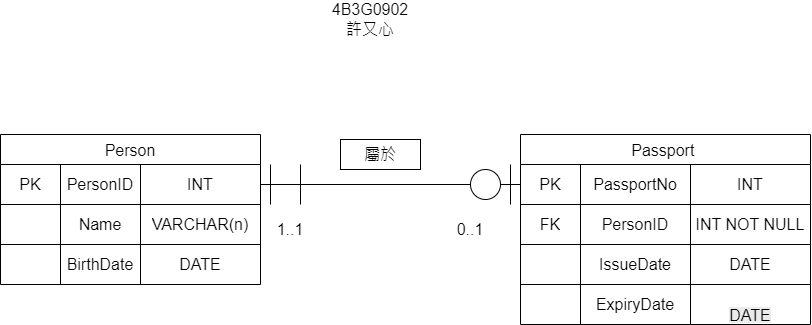
Earlier version of the draw.io export 4B3G0902_1.drawio.png (xuyouxin-creator/DatabaseSystem_202610001). Source tidied: cells renumbered, new cells last; positions are measured from the earlier drawing's top-left corner, leaving out a move shared by most shapes.
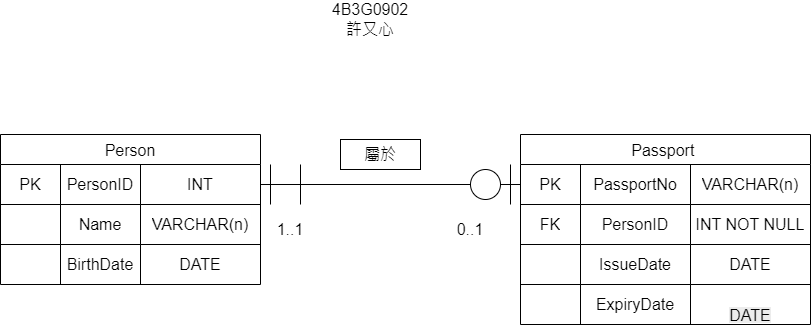
After the commit.

Change to the diagram source:
```diff
@@ -53,7 +53,7 @@
     <mxCell id="18" value="PassportNo" style="shape=partialRectangle;html=1;whiteSpace=wrap;strokeColor=inherit;overflow=hidden;fillColor=none;top=0;left=0;bottom=0;right=0;fontSize=16;" parent="16" vertex="1">
       <mxGeometry x="60" width="110" height="40" as="geometry" />
     </mxCell>
-    <mxCell id="19" value="INT" style="shape=partialRectangle;html=1;whiteSpace=wrap;strokeColor=inherit;overflow=hidden;fillColor=none;top=0;left=0;bottom=0;right=0;fontSize=16;" parent="16" vertex="1">
+    <mxCell id="19" value="VARCHAR(n)" style="shape=partialRectangle;html=1;whiteSpace=wrap;strokeColor=inherit;overflow=hidden;fillColor=none;top=0;left=0;bottom=0;right=0;fontSize=16;" parent="16" vertex="1">
       <mxGeometry x="170" width="120" height="40" as="geometry" />
     </mxCell>
     <mxCell id="20" style="shape=tableRow;horizontal=0;startSize=0;swimlaneHead=0;swimlaneBody=0;strokeColor=inherit;top=0;left=0;bottom=0;right=0;fillColor=none;fontSize=16;" parent="15" vertex="1">
```
